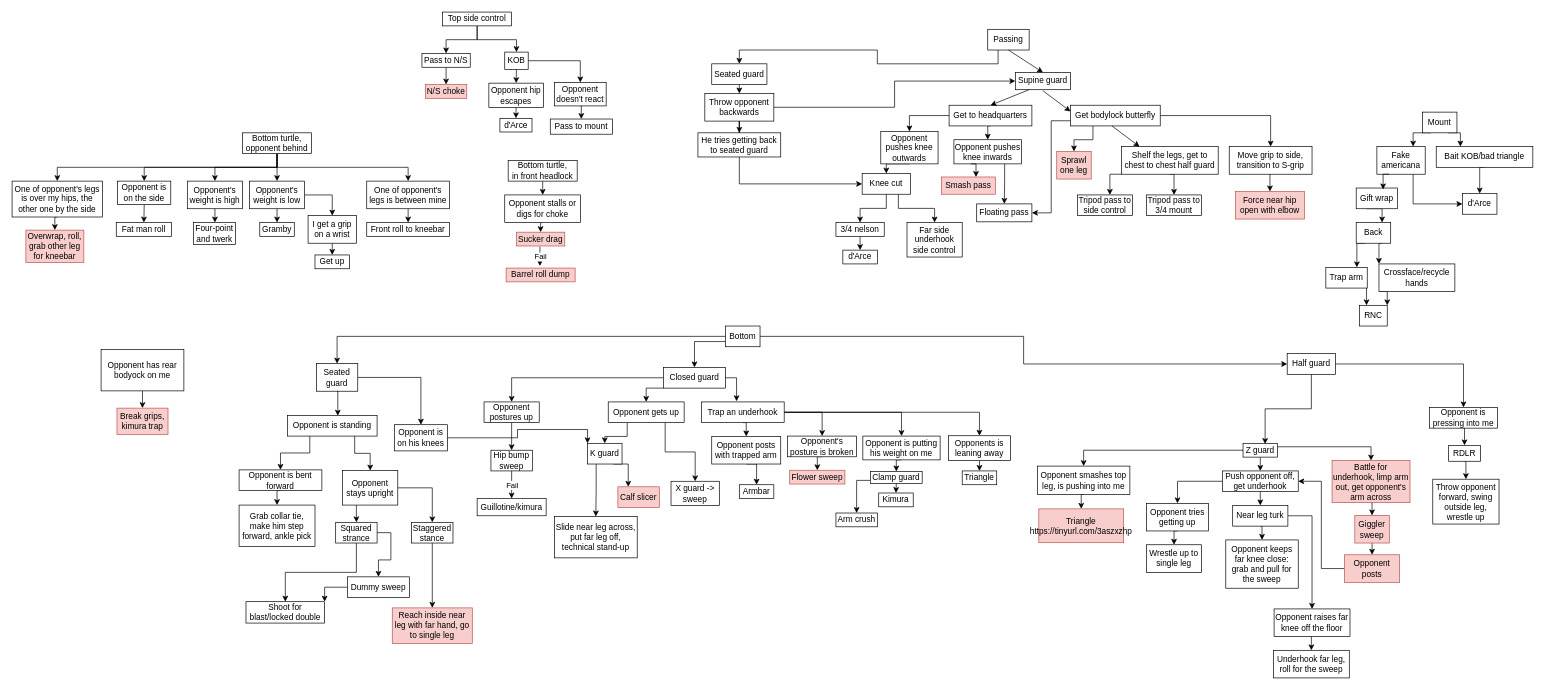
Earlier version of the draw.io diagram JJB.drawio (Bertrand31/BJJ-flowchart). Source tidied: cells renumbered, new cells numbered last; positions are measured from the earlier drawing's top-left corner, leaving out a move shared by most shapes. Both pictures are drawn from the tidied source at 69%, with x=0, y=0 at pixel (12, 12).
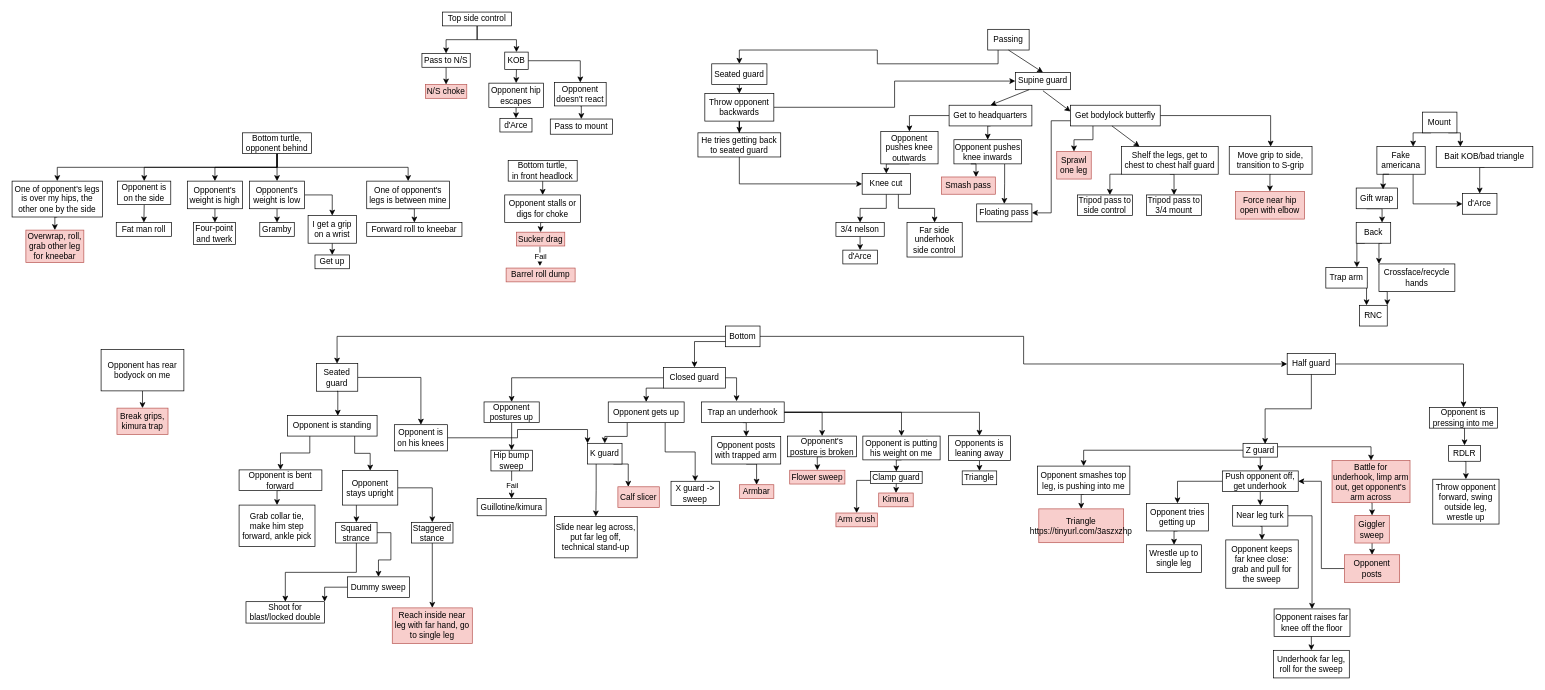
The same diagram, later.

Change to the diagram source:
```diff
@@
-    <mxCell id="148" value="Front roll to kneebar" style="whiteSpace=wrap;html=1;" parent="1" vertex="1">
-      <mxGeometry x="514" y="305" width="120" height="20" as="geometry" />
+    <mxCell id="148" value="Forward roll to kneebar" style="whiteSpace=wrap;html=1;" parent="1" vertex="1">
+      <mxGeometry x="514" y="305" width="138" height="20" as="geometry" />
     </mxCell>
@@
-    <mxCell id="160" value="Armbar" style="whiteSpace=wrap;html=1;" parent="1" vertex="1">
+    <mxCell id="160" value="Armbar" style="whiteSpace=wrap;html=1;fillColor=#f8cecc;strokeColor=#b85450;" parent="1" vertex="1">
       <mxGeometry x="1054" y="685" width="50" height="20" as="geometry" />
     </mxCell>
@@
-    <mxCell id="176" value="Kimura" style="whiteSpace=wrap;html=1;" parent="1" vertex="1">
+    <mxCell id="176" value="Kimura" style="whiteSpace=wrap;html=1;fillColor=#f8cecc;strokeColor=#b85450;" parent="1" vertex="1">
       <mxGeometry x="1256" y="697" width="50" height="20" as="geometry" />
     </mxCell>
@@
-    <mxCell id="180" value="Arm crush" style="whiteSpace=wrap;html=1;" parent="1" vertex="1">
+    <mxCell id="180" value="Arm crush" style="whiteSpace=wrap;html=1;fillColor=#f8cecc;strokeColor=#b85450;" parent="1" vertex="1">
       <mxGeometry x="1194" y="726" width="60" height="20" as="geometry" />
     </mxCell>
```
